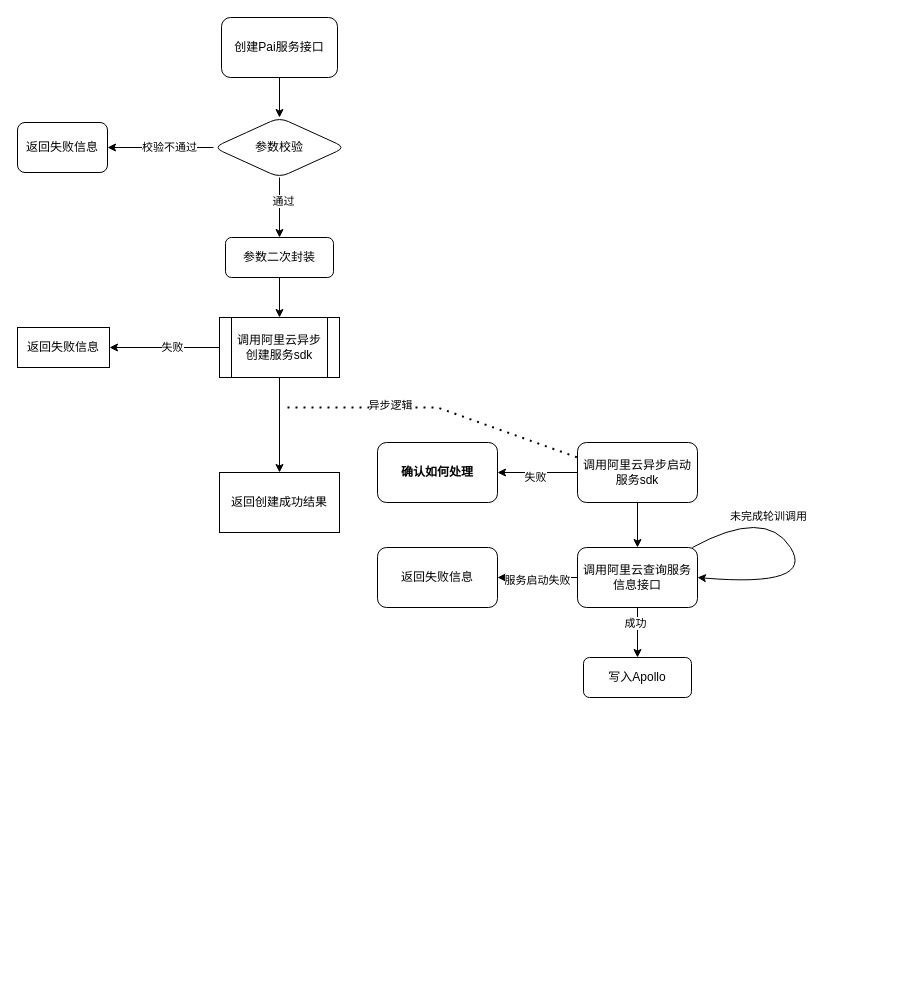
The draw.io diagram pai创建流程图.drawio in 1418956397/JavaWeb-Project-Source-Share, before the edit. Source tidied: cells renumbered, new cells numbered last; positions are measured from the earlier drawing's top-left corner, leaving out a move shared by most shapes. Both pictures are drawn from the tidied source at 100%, with x=0, y=0 at pixel (17, 17).
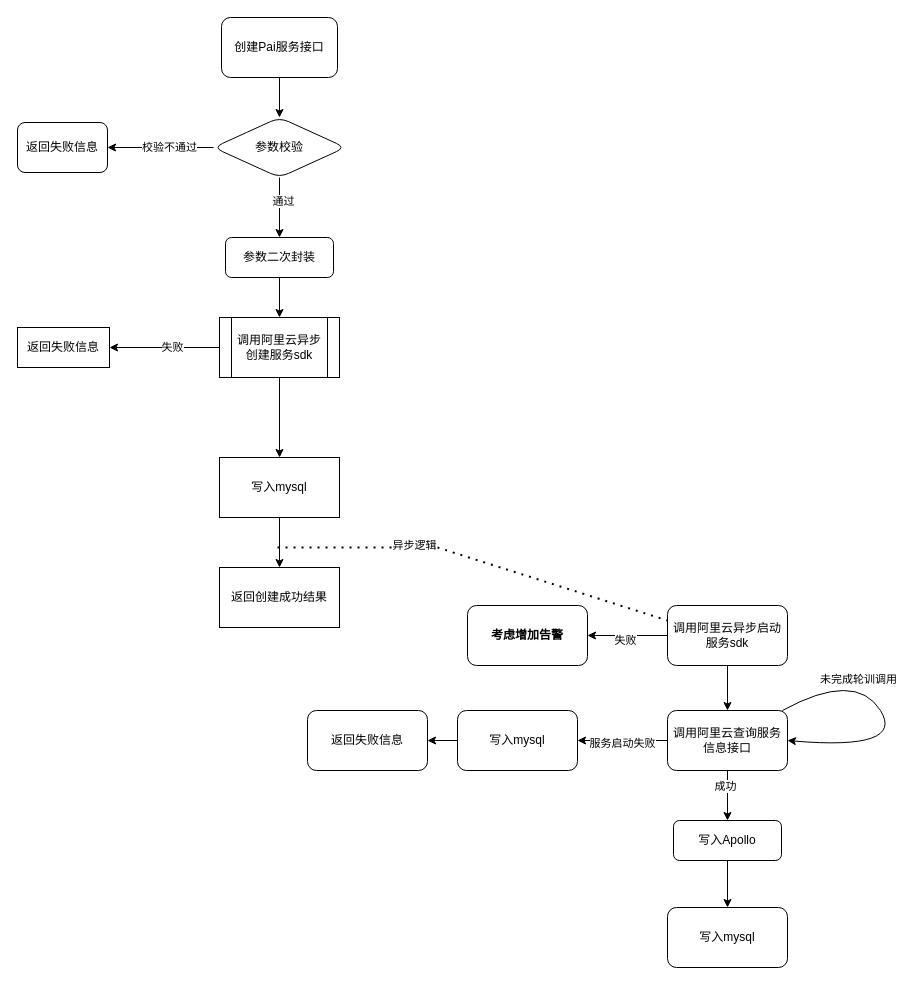
After the change.

Commit message:
pai创建流程图.drawio

Unchanged cells that the change refers to:
```xml
<mxCell id="15" value="调用阿里云异步创建服务sdk" style="shape=process;whiteSpace=wrap;html=1;backgroundOutline=1;" parent="1" vertex="1">
  <mxGeometry x="202" y="300" width="120" height="60" as="geometry" />
</mxCell>
```

The edit, as a diff of the source:
```diff
@@
-    <mxCell id="14" style="edgeStyle=orthogonalEdgeStyle;rounded=0;jettySize=auto;html=1;" parent="1" edge="1" source="15" target="31">
+    <mxCell id="14" style="edgeStyle=orthogonalEdgeStyle;rounded=0;jettySize=auto;html=1;" parent="1" edge="1" source="15" target="36">
       <mxGeometry relative="1" as="geometry" />
     </mxCell>
@@
     <mxCell id="20" value="调用阿里云异步启动服务sdk" style="rounded=1;whiteSpace=wrap;html=1;" parent="1" vertex="1">
-      <mxGeometry x="560" y="425" width="120" height="60" as="geometry" />
+      <mxGeometry x="650" y="588" width="120" height="60" as="geometry" />
     </mxCell>
-    <mxCell id="21" value="&lt;b&gt;确认如何处理&lt;/b&gt;" style="whiteSpace=wrap;html=1;rounded=1;" parent="1" vertex="1">
-      <mxGeometry x="360" y="425" width="120" height="60" as="geometry" />
+    <mxCell id="21" value="&lt;b&gt;考虑增加告警&lt;/b&gt;" style="whiteSpace=wrap;html=1;rounded=1;" parent="1" vertex="1">
+      <mxGeometry x="450" y="588" width="120" height="60" as="geometry" />
     </mxCell>
-    <mxCell id="22" style="edgeStyle=orthogonalEdgeStyle;rounded=0;jettySize=auto;html=1;" parent="1" edge="1" source="26" target="27">
+    <mxCell id="22" style="edgeStyle=orthogonalEdgeStyle;rounded=0;jettySize=auto;html=1;" parent="1" edge="1" source="26" target="39">
       <mxGeometry relative="1" as="geometry" />
     </mxCell>
@@
     <mxCell id="26" value="调用阿里云查询服务信息接口" style="whiteSpace=wrap;html=1;rounded=1;" parent="1" vertex="1">
-      <mxGeometry x="560" y="530" width="120" height="60" as="geometry" />
+      <mxGeometry x="650" y="693" width="120" height="60" as="geometry" />
     </mxCell>
     <mxCell id="27" value="返回失败信息" style="whiteSpace=wrap;html=1;rounded=1;" parent="1" vertex="1">
-      <mxGeometry x="360" y="530" width="120" height="60" as="geometry" />
+      <mxGeometry x="290" y="693" width="120" height="60" as="geometry" />
     </mxCell>
     <mxCell id="28" style="curved=1;endArrow=classic;html=1;rounded=0;entryX=1;entryY=0.5;entryDx=0;entryDy=0;" parent="1" edge="1" source="26" target="26">
       <mxGeometry relative="1" as="geometry">
         <Array as="points">
-          <mxPoint x="748" y="490" />
-          <mxPoint x="798" y="570" />
+          <mxPoint x="838" y="653" />
+          <mxPoint x="888" y="733" />
         </Array>
       </mxGeometry>
     </mxCell>
@@
+    <mxCell id="34" style="edgeStyle=orthogonalEdgeStyle;rounded=0;jettySize=auto;html=1;" parent="1" edge="1" source="30" target="37">
+      <mxGeometry relative="1" as="geometry" />
+    </mxCell>
     <mxCell id="30" value="写入Apollo" style="whiteSpace=wrap;html=1;rounded=1;" parent="1" vertex="1">
-      <mxGeometry x="566" y="640" width="108" height="40" as="geometry" />
+      <mxGeometry x="656" y="803" width="108" height="40" as="geometry" />
     </mxCell>
     <mxCell id="31" value="返回创建成功结果" style="rounded=0;whiteSpace=wrap;html=1;" parent="1" vertex="1">
-      <mxGeometry x="202" y="455" width="120" height="60" as="geometry" />
+      <mxGeometry x="202" y="550" width="120" height="60" as="geometry" />
     </mxCell>
     <mxCell id="32" style="endArrow=none;dashed=1;html=1;dashPattern=1 3;strokeWidth=2;rounded=0;entryX=0;entryY=0.25;entryDx=0;entryDy=0;" parent="1" edge="1" target="20">
       <mxGeometry relative="1" as="geometry">
-        <mxPoint x="270" y="390" as="sourcePoint" />
+        <mxPoint x="260" y="530" as="sourcePoint" />
         <Array as="points">
-          <mxPoint x="420" y="390" />
+          <mxPoint x="420" y="530" />
         </Array>
       </mxGeometry>
     </mxCell>
@@
+    <mxCell id="35" style="edgeStyle=orthogonalEdgeStyle;rounded=0;jettySize=auto;html=1;" parent="1" edge="1" source="36" target="31">
+      <mxGeometry relative="1" as="geometry" />
+    </mxCell>
+    <mxCell id="36" value="写入mysql" style="rounded=0;whiteSpace=wrap;html=1;" parent="1" vertex="1">
+      <mxGeometry x="202" y="440" width="120" height="60" as="geometry" />
+    </mxCell>
+    <mxCell id="37" value="写入mysql" style="whiteSpace=wrap;html=1;rounded=1;" parent="1" vertex="1">
+      <mxGeometry x="650" y="890" width="120" height="60" as="geometry" />
+    </mxCell>
+    <mxCell id="38" style="edgeStyle=orthogonalEdgeStyle;rounded=0;jettySize=auto;html=1;" parent="1" edge="1" source="39" target="27">
+      <mxGeometry relative="1" as="geometry" />
+    </mxCell>
+    <mxCell id="39" value="写入mysql" style="rounded=1;whiteSpace=wrap;html=1;" parent="1" vertex="1">
+      <mxGeometry x="440" y="693" width="120" height="60" as="geometry" />
+    </mxCell>
```
